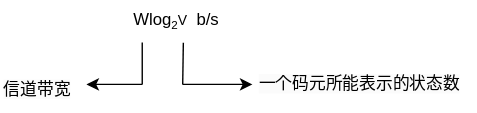
ND-LJQ/ND-LJQ.github.io keeps this draw.io diagram as post/计算机网络基础/奈氏准则.svg. Above is the earlier version. Source tidied: cells renumbered, new cells last; positions are measured from the earlier drawing's top-left corner, leaving out a move shared by most shapes.
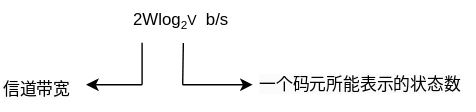
The same diagram one commit later.

Diff of the diagram source:
```diff
@@ -2,7 +2,7 @@
   <root>
     <mxCell id="0" />
     <mxCell id="1" parent="0" />
-    <mxCell id="2" value="​&amp;nbsp; &amp;nbsp; &amp;nbsp;&#9;&#9;&#9;Wlog&lt;span style=&quot;font-size: 10px;&quot;&gt;&lt;sub&gt;2&lt;/sub&gt;V&lt;/span&gt;&amp;nbsp; b/s" style="text;whiteSpace=wrap;html=1;" parent="1" vertex="1">
+    <mxCell id="2" value="​&amp;nbsp; &amp;nbsp; &amp;nbsp; 2Wlog&lt;span style=&quot;font-size: 10px;&quot;&gt;&lt;sub&gt;2&lt;/sub&gt;V&lt;/span&gt;&amp;nbsp; b/s" style="text;whiteSpace=wrap;html=1;" parent="1" vertex="1">
       <mxGeometry x="73" width="130" height="30" as="geometry" />
     </mxCell>
     <mxCell id="3" style="endArrow=classic;html=1;rounded=0;" parent="1" edge="1">
```
